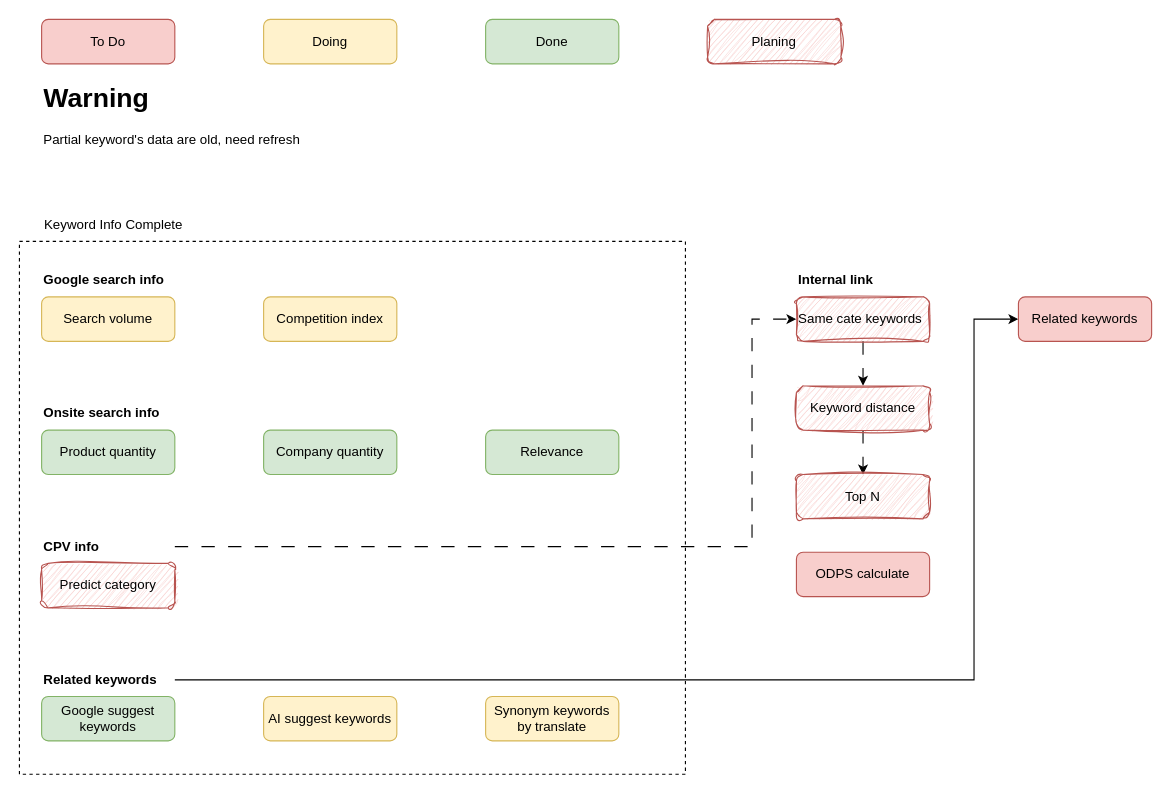
The draw.io diagram drawio/keyword_optimize.drawio in VisableHarry/seo-drawio, before the edit. Source tidied: cells renumbered, new cells numbered last; positions are measured from the earlier drawing's top-left corner, leaving out a move shared by most shapes. Both pictures are drawn from the tidied source at 111%, with x=0, y=0 at pixel (19, 19).
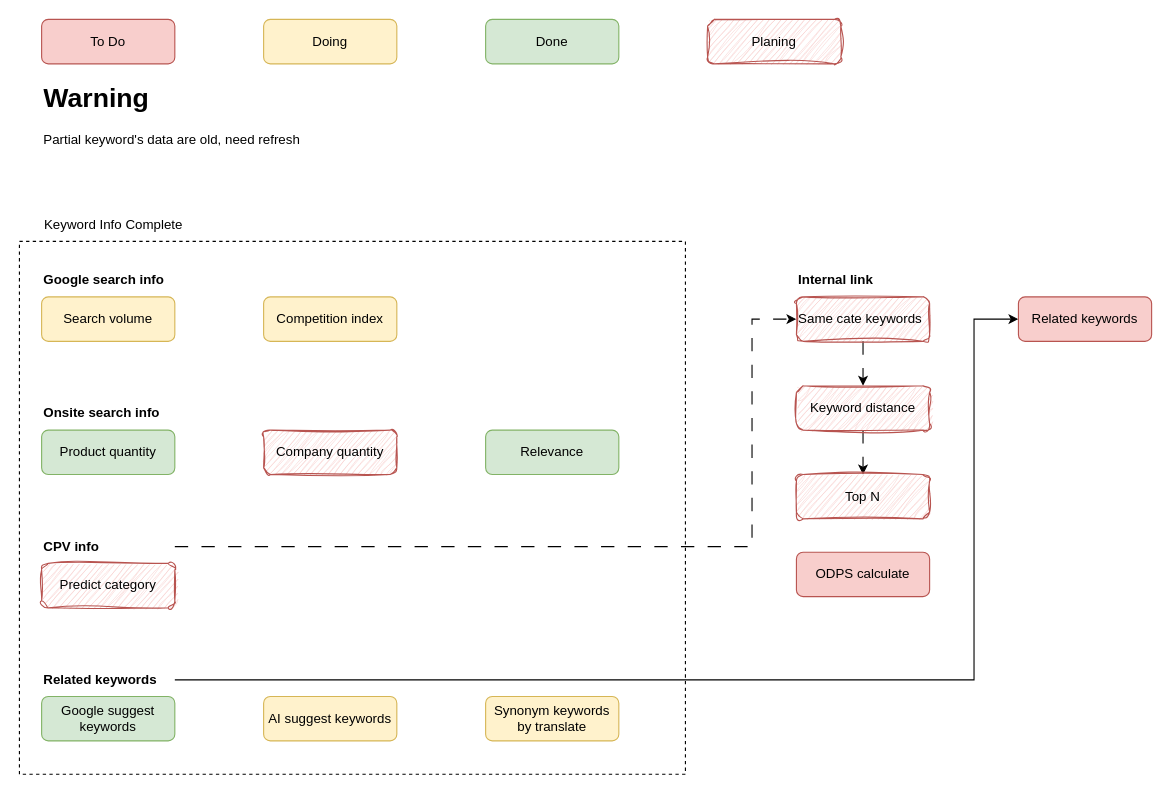
After the change.

What changed in the source:
```diff
@@
-    <mxCell id="16" value="Company quantity" style="rounded=1;whiteSpace=wrap;html=1;fillColor=#d5e8d4;strokeColor=#82b366;" parent="1" vertex="1">
+    <mxCell id="16" value="Company quantity" style="rounded=1;whiteSpace=wrap;html=1;fillColor=#f8cecc;strokeColor=#b85450;sketch=1;curveFitting=1;jiggle=2;" parent="1" vertex="1">
       <mxGeometry x="220" y="370" width="120" height="40" as="geometry" />
     </mxCell>
```
